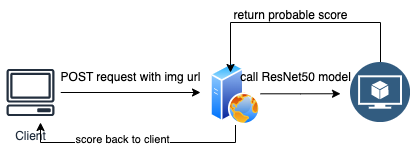
Before: images/MLApi.png, a diagram exported from draw.io (mbelsare/ml-api). Source tidied: cells renumbered, new cells last; positions are measured from the earlier drawing's top-left corner, leaving out a move shared by most shapes.
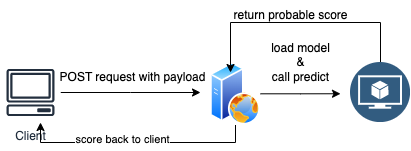
Above is the later version.

Commit message:
updated the MLApi image for demo purpose

Change to the diagram source:
```diff
@@ -44,11 +44,11 @@
     <mxCell id="9" style="image;perimeter=ellipsePerimeter;html=1;align=center;shadow=0;dashed=0;fontColor=#4277BB;labelBackgroundColor=default;fontSize=12;spacingTop=3;image=img/lib/ibm/data/model.svg;" parent="1" vertex="1">
       <mxGeometry x="350" y="62" width="60" height="60" as="geometry" />
     </mxCell>
-    <mxCell id="10" value="POST request with img url" style="text;html=1;align=center;verticalAlign=middle;strokeColor=none;fillColor=none;" parent="1" vertex="1">
-      <mxGeometry x="50" y="62" width="160" height="30" as="geometry" />
+    <mxCell id="10" value="POST request with payload" style="text;html=1;align=center;verticalAlign=middle;strokeColor=none;fillColor=none;" parent="1" vertex="1">
+      <mxGeometry x="47" y="62" width="170" height="30" as="geometry" />
     </mxCell>
-    <mxCell id="11" value="call ResNet50 model" style="text;html=1;align=center;verticalAlign=middle;strokeColor=none;fillColor=none;" parent="1" vertex="1">
-      <mxGeometry x="230" y="62" width="130" height="30" as="geometry" />
+    <mxCell id="11" value="load model &lt;br&gt;&amp;amp; &lt;br&gt;call predict" style="text;html=1;align=center;verticalAlign=middle;strokeColor=none;fillColor=none;" parent="1" vertex="1">
+      <mxGeometry x="260" y="32" width="80" height="60" as="geometry" />
     </mxCell>
     <mxCell id="12" value="return probable score" style="text;html=1;align=center;verticalAlign=middle;strokeColor=none;fillColor=none;" parent="1" vertex="1">
       <mxGeometry x="220" width="140" height="30" as="geometry" />
```
